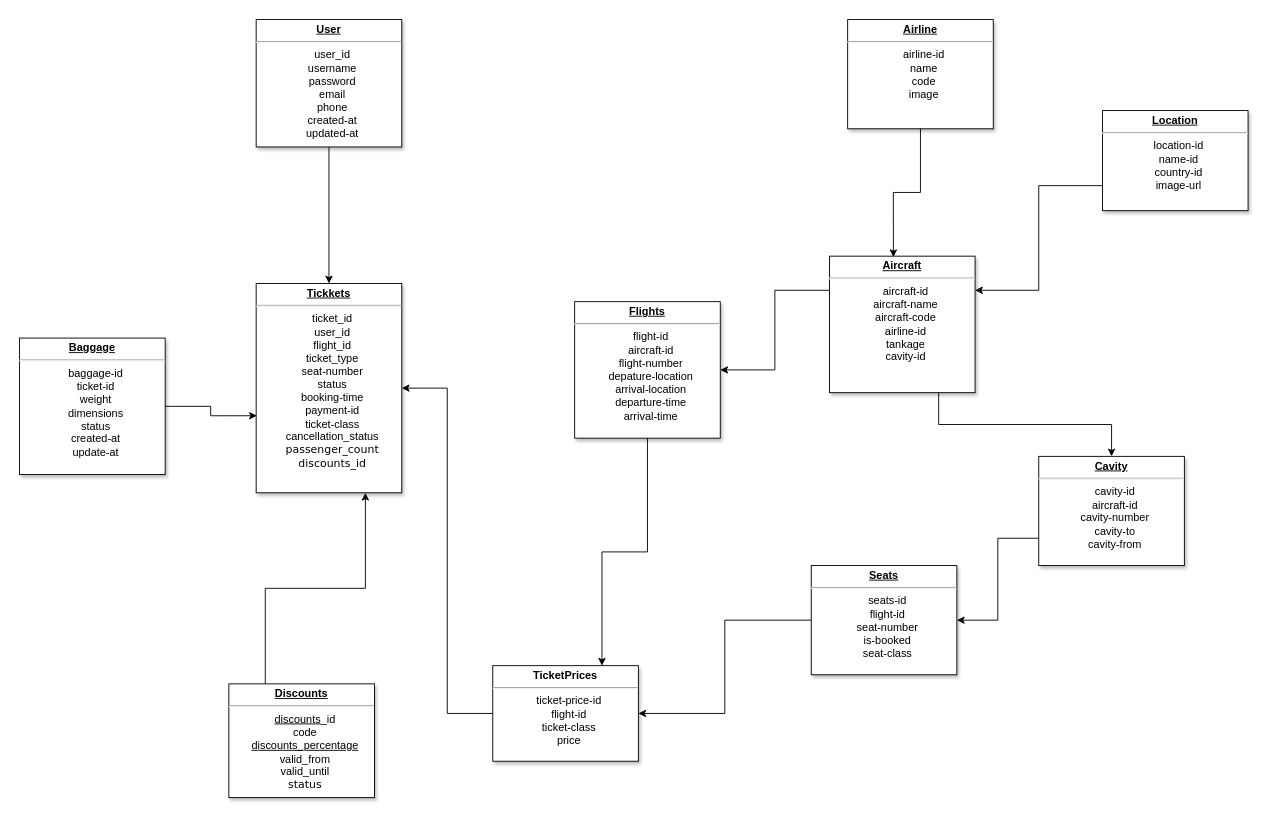
Earlier version of the draw.io diagram page "DataBase" (1 of 4) of Biểu đồ không có tiêu đề.drawio (DungZG/TrackingFlight). Source tidied: cells renumbered, new cells numbered last; positions are measured from the earlier drawing's top-left corner, leaving out a move shared by most shapes. Both pictures are drawn from the tidied source at 91%, with x=0, y=0 at pixel (19, 19).
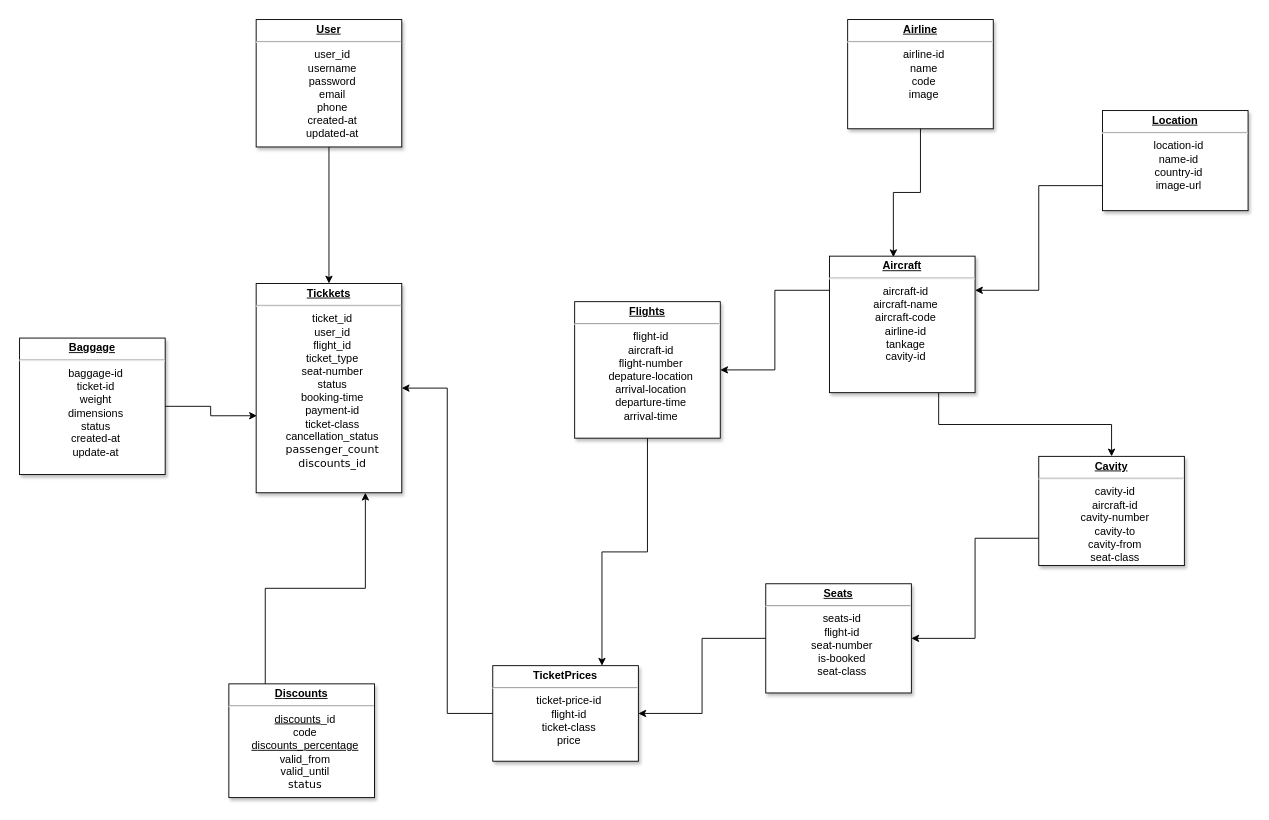
After the change.

Commit message:
Cập nhật Biểu đồ không có tiêu đề.drawio

Change to the diagram source:
```diff
@@
     <mxCell id="10" value="&lt;p style=&quot;text-align: center; margin: 4px 0px 0px;&quot;&gt;&lt;b&gt;&lt;u&gt;Seats&lt;/u&gt;&lt;/b&gt;&lt;/p&gt;&lt;hr style=&quot;text-align: center;&quot;&gt;&lt;p style=&quot;text-align: center; margin: 0px 0px 0px 8px;&quot;&gt;seats-id&lt;/p&gt;&lt;p style=&quot;text-align: center; margin: 0px 0px 0px 8px;&quot;&gt;flight-id&lt;/p&gt;&lt;p style=&quot;text-align: center; margin: 0px 0px 0px 8px;&quot;&gt;seat-number&lt;/p&gt;&lt;p style=&quot;text-align: center; margin: 0px 0px 0px 8px;&quot;&gt;is-booked&lt;/p&gt;&lt;p style=&quot;text-align: center; margin: 0px 0px 0px 8px;&quot;&gt;seat-class&lt;/p&gt;" style="verticalAlign=top;align=left;overflow=fill;fontSize=12;fontFamily=Helvetica;html=1;shadow=1;labelBackgroundColor=none;" parent="1" vertex="1">
-      <mxGeometry x="870" y="600" width="160" height="120" as="geometry" />
+      <mxGeometry x="820" y="620" width="160" height="120" as="geometry" />
     </mxCell>
@@
-    <mxCell id="21" value="&lt;p style=&quot;text-align: center; margin: 4px 0px 0px;&quot;&gt;&lt;b&gt;&lt;u&gt;Cavity&lt;/u&gt;&lt;/b&gt;&lt;/p&gt;&lt;hr style=&quot;text-align: center;&quot;&gt;&lt;p style=&quot;text-align: center; margin: 0px 0px 0px 8px;&quot;&gt;cavity-id&lt;/p&gt;&lt;p style=&quot;text-align: center; margin: 0px 0px 0px 8px;&quot;&gt;aircraft-id&lt;/p&gt;&lt;p style=&quot;text-align: center; margin: 0px 0px 0px 8px;&quot;&gt;cavity-number&lt;/p&gt;&lt;p style=&quot;text-align: center; margin: 0px 0px 0px 8px;&quot;&gt;cavity-to&lt;/p&gt;&lt;p style=&quot;text-align: center; margin: 0px 0px 0px 8px;&quot;&gt;cavity-from&lt;/p&gt;&lt;p style=&quot;text-align: center; margin: 0px 0px 0px 8px;&quot;&gt;&lt;br&gt;&lt;/p&gt;" style="verticalAlign=top;align=left;overflow=fill;fontSize=12;fontFamily=Helvetica;html=1;shadow=1;labelBackgroundColor=none;" parent="1" vertex="1">
+    <mxCell id="21" value="&lt;p style=&quot;text-align: center; margin: 4px 0px 0px;&quot;&gt;&lt;b&gt;&lt;u&gt;Cavity&lt;/u&gt;&lt;/b&gt;&lt;/p&gt;&lt;hr style=&quot;text-align: center;&quot;&gt;&lt;p style=&quot;text-align: center; margin: 0px 0px 0px 8px;&quot;&gt;cavity-id&lt;/p&gt;&lt;p style=&quot;text-align: center; margin: 0px 0px 0px 8px;&quot;&gt;aircraft-id&lt;/p&gt;&lt;p style=&quot;text-align: center; margin: 0px 0px 0px 8px;&quot;&gt;cavity-number&lt;/p&gt;&lt;p style=&quot;text-align: center; margin: 0px 0px 0px 8px;&quot;&gt;cavity-to&lt;/p&gt;&lt;p style=&quot;text-align: center; margin: 0px 0px 0px 8px;&quot;&gt;cavity-from&lt;/p&gt;&lt;p style=&quot;text-align: center; margin: 0px 0px 0px 8px;&quot;&gt;seat-class&lt;/p&gt;" style="verticalAlign=top;align=left;overflow=fill;fontSize=12;fontFamily=Helvetica;html=1;shadow=1;labelBackgroundColor=none;" parent="1" vertex="1">
       <mxGeometry x="1120" y="480" width="160" height="120" as="geometry" />
     </mxCell>
```
